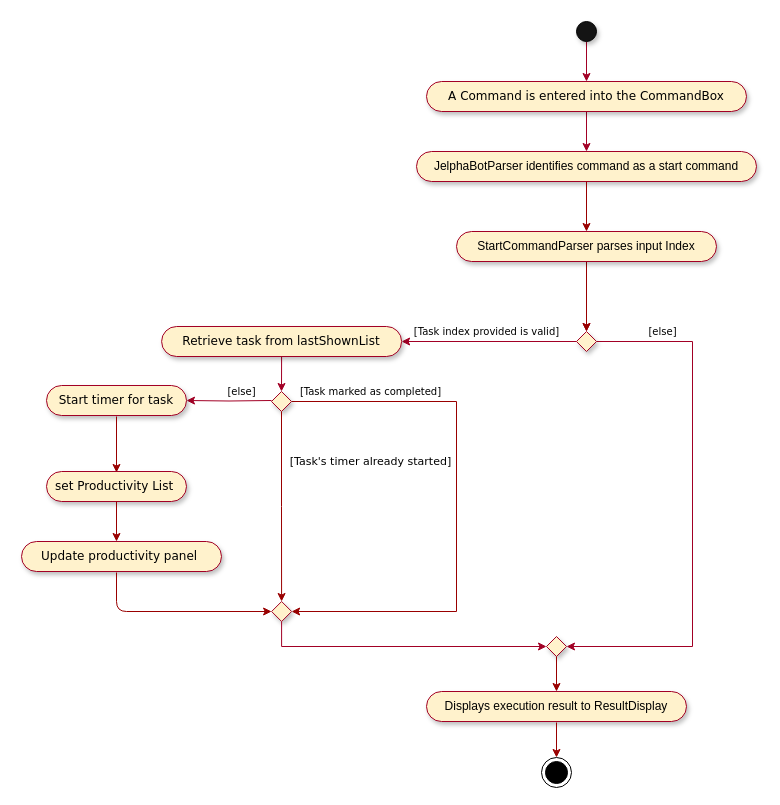
The draw.io diagram docs/diagrams/StartActivityDiagram.drawio in yapdianhao/main, before the edit. Source tidied: cells renumbered, new cells numbered last; positions are measured from the earlier drawing's top-left corner, leaving out a move shared by most shapes. Both pictures are drawn from the tidied source at 100%, with x=0, y=0 at pixel (21, 21).
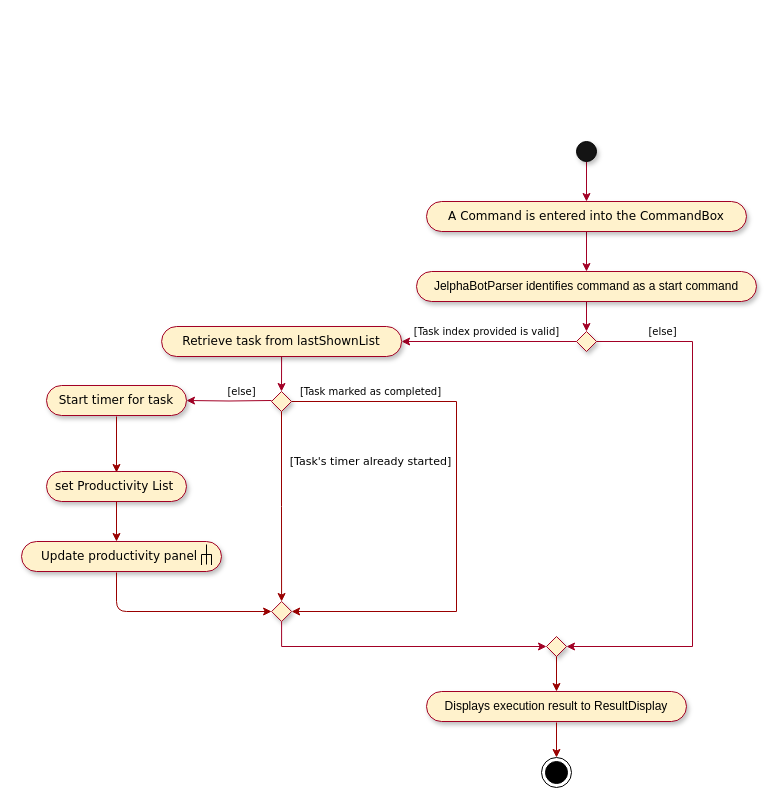
The same diagram, later.

Commit message (it also covers changes not shown here):
update activity diagram

The change refers to these unchanged cells:
```xml
<mxCell id="8" style="rhombus;whiteSpace=wrap;html=1;shadow=1;strokeColor=#A20025;fillColor=#fff2cc;" parent="1" vertex="1">
  <mxGeometry x="555" y="310" width="20" height="20" as="geometry" />
</mxCell>
```

What changed in the source:
```diff
@@
     <mxCell id="3" style="ellipse;whiteSpace=wrap;html=1;fillColor=#141414;shadow=1;" parent="1" vertex="1">
-      <mxGeometry x="555" width="20" height="20" as="geometry" />
+      <mxGeometry x="555" y="120" width="20" height="20" as="geometry" />
     </mxCell>
-    <mxCell id="4" style="edgeStyle=orthogonalEdgeStyle;rounded=0;jettySize=auto;html=1;startArrow=none;startFill=0;endArrow=classic;endFill=1;strokeColor=#A20025;fontFamily=Verdana;exitX=0.5;exitY=1;exitDx=0;exitDy=0;" parent="1" edge="1" source="38" target="8">
+    <mxCell id="4" style="edgeStyle=orthogonalEdgeStyle;rounded=0;jettySize=auto;html=1;startArrow=none;startFill=0;endArrow=classic;endFill=1;strokeColor=#A20025;fontFamily=Verdana;" parent="1" edge="1" source="5" target="8">
       <mxGeometry relative="1" as="geometry" />
     </mxCell>
     <mxCell id="5" value="JelphaBotParser identifies command as a start command" style="whiteSpace=wrap;html=1;rounded=1;arcSize=50;align=center;verticalAlign=middle;strokeWidth=1;spacing=4;newEdgeStyle={&quot;edgeStyle&quot;:&quot;entityRelationEdgeStyle&quot;,&quot;startArrow&quot;:&quot;none&quot;,&quot;endArrow&quot;:&quot;none&quot;,&quot;segment&quot;:10,&quot;curved&quot;:1};shadow=1;fillColor=#fff2cc;strokeColor=#A20025;" parent="1" vertex="1">
-      <mxGeometry x="395" y="130" width="340" height="30" as="geometry" />
+      <mxGeometry x="395" y="250" width="340" height="30" as="geometry" />
     </mxCell>
@@
     <mxCell id="10" value="A Command is entered into the CommandBox" style="whiteSpace=wrap;rounded=1;arcSize=50;align=center;verticalAlign=middle;strokeWidth=1;spacing=4;newEdgeStyle={&quot;edgeStyle&quot;:&quot;entityRelationEdgeStyle&quot;,&quot;startArrow&quot;:&quot;none&quot;,&quot;endArrow&quot;:&quot;none&quot;,&quot;segment&quot;:10,&quot;curved&quot;:1};shadow=1;fillColor=#fff2cc;strokeColor=#A20025;horizontal=1;fontFamily=Verdana;" parent="1" vertex="1">
-      <mxGeometry x="405" y="60" width="320" height="30" as="geometry" />
+      <mxGeometry x="405" y="180" width="320" height="30" as="geometry" />
     </mxCell>
@@
+    <mxCell id="40" style="endArrow=none;html=1;strokeColor=#000000;exitX=0.5;exitY=0;exitDx=0;exitDy=0;" parent="1" edge="1" source="41">
+      <mxGeometry relative="1" as="geometry">
+        <mxPoint x="185" y="523" as="targetPoint" />
+      </mxGeometry>
+    </mxCell>
+    <mxCell id="41" style="shape=partialRectangle;whiteSpace=wrap;html=1;bottom=1;right=1;left=1;top=0;fillColor=none;routingCenterX=-0.5;direction=west;" parent="1" vertex="1">
+      <mxGeometry x="180" y="533" width="10" height="10" as="geometry" />
+    </mxCell>
-    <mxCell id="32" style="endArrow=none;html=1;strokeColor=#990000;" parent="1" edge="1">
+    <mxCell id="32" style="endArrow=none;html=1;strokeColor=#990000;" parent="1" edge="1" target="41">
       <mxGeometry relative="1" as="geometry">
         <mxPoint x="180" y="543" as="sourcePoint" />
-        <mxPoint x="180" y="543" as="targetPoint" />
       </mxGeometry>
     </mxCell>
@@
-    <mxCell id="37" style="edgeStyle=orthogonalEdgeStyle;rounded=0;jettySize=auto;html=1;strokeColor=#990000;" parent="1" edge="1" source="38" target="8">
-      <mxGeometry relative="1" as="geometry" />
-    </mxCell>
-    <mxCell id="38" value="StartCommandParser parses input Index" style="whiteSpace=wrap;html=1;rounded=1;arcSize=50;align=center;verticalAlign=middle;strokeWidth=1;spacing=4;newEdgeStyle={&quot;edgeStyle&quot;:&quot;entityRelationEdgeStyle&quot;,&quot;startArrow&quot;:&quot;none&quot;,&quot;endArrow&quot;:&quot;none&quot;,&quot;segment&quot;:10,&quot;curved&quot;:1};shadow=1;fillColor=#fff2cc;strokeColor=#A20025;" parent="1" vertex="1">
-      <mxGeometry x="435" y="210" width="260" height="30" as="geometry" />
-    </mxCell>
-    <mxCell id="39" style="edgeStyle=orthogonalEdgeStyle;rounded=0;orthogonalLoop=1;jettySize=auto;html=1;strokeColor=#990000;" parent="1" edge="1">
-      <mxGeometry relative="1" as="geometry">
-        <mxPoint x="565" y="160" as="sourcePoint" />
-        <mxPoint x="565" y="210" as="targetPoint" />
-      </mxGeometry>
-    </mxCell>
```
